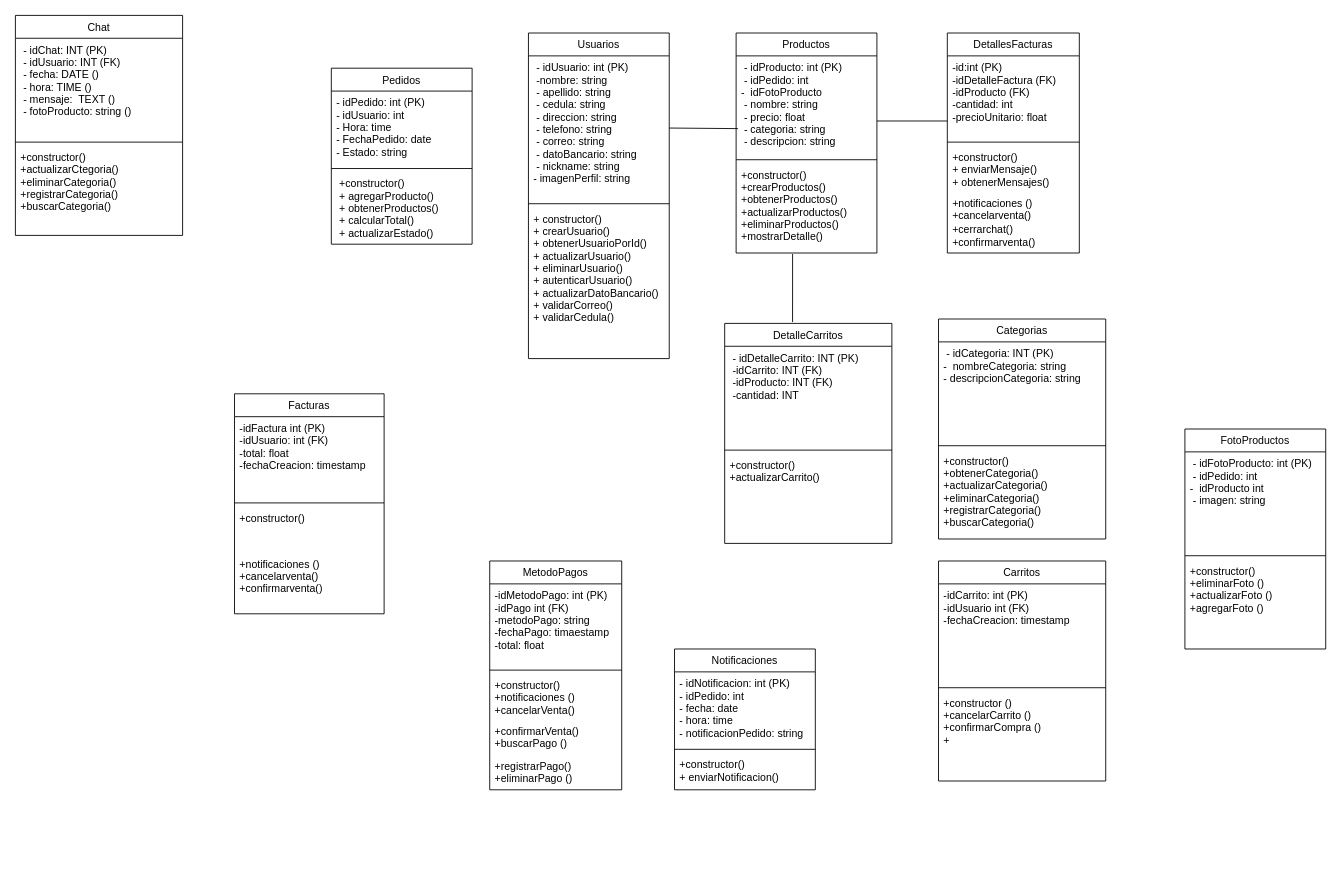
Before: DiagramaClasesKamiapp copy.drawio in DarkJ-18/DiagramaClasesKamiapp, a draw.io diagram. Source tidied: cells renumbered, new cells numbered last; positions are measured from the earlier drawing's top-left corner, leaving out a move shared by most shapes. Both pictures are drawn from the tidied source at 88%, with x=0, y=0 at pixel (15, 15).
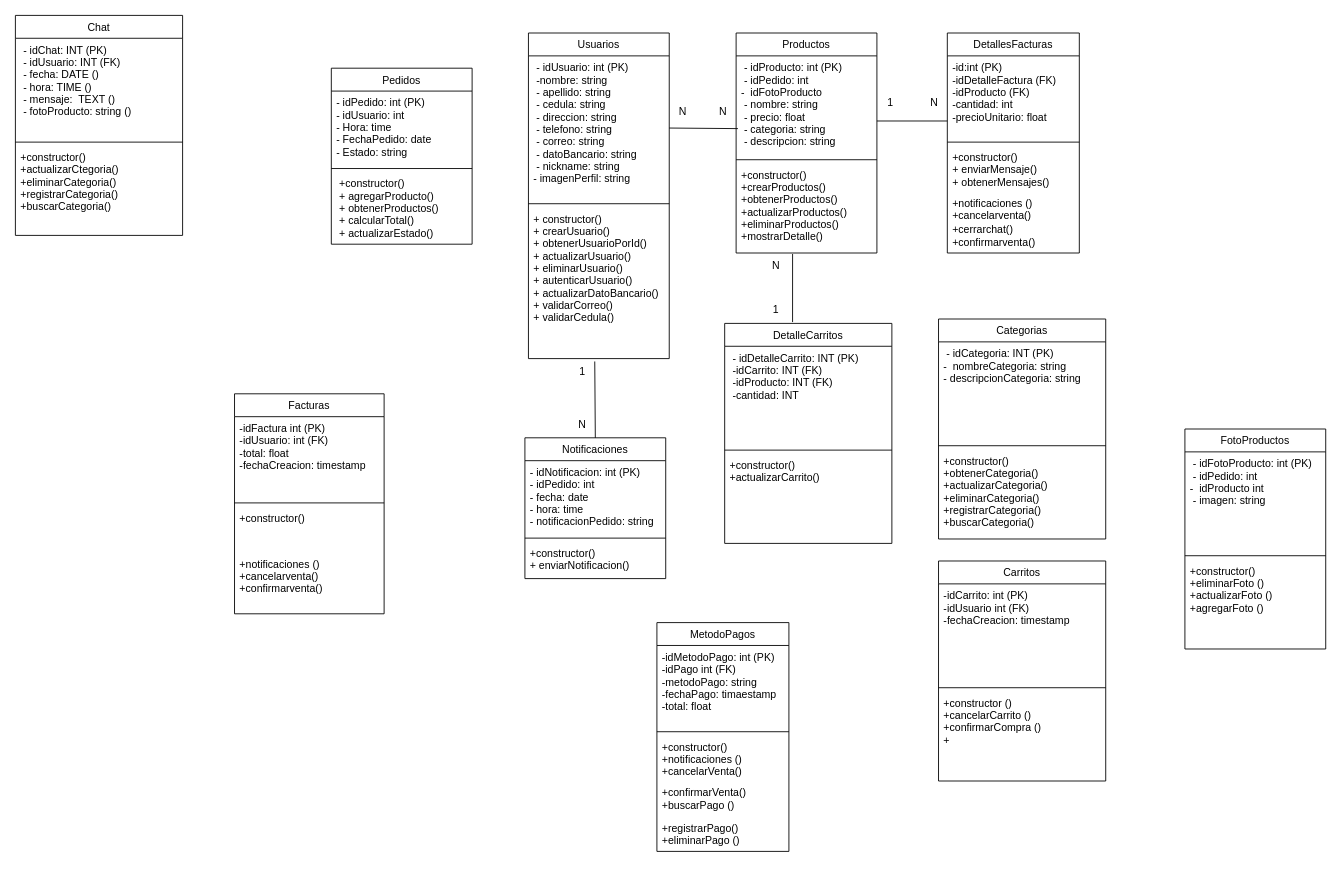
The same page after the edit.

Commit message:
se suben cambios

The change refers to these unchanged cells:
```xml
<mxCell id="5" value="+ constructor()&#10;+ crearUsuario()&#10;+ obtenerUsuarioPorId()&#10;+ actualizarUsuario()&#10;+ eliminarUsuario()&#10;+ autenticarUsuario()&#10;+ actualizarDatoBancario()&#10;+ validarCorreo()&#10;+ validarCedula()" style="text;align=left;verticalAlign=top;spacingLeft=4;spacingRight=4;overflow=hidden;points=[[0,0.5],[1,0.5]];portConstraint=eastwest;fontSize=12;" parent="2" vertex="1">
  <mxGeometry y="198" width="160" height="172" as="geometry" />
</mxCell>
```

Diff of the diagram source:
```diff
@@
     <mxCell id="19" value="Notificaciones" style="swimlane;fontStyle=0;align=center;verticalAlign=top;horizontal=1;startSize=26;rounded=0;shadow=0;strokeWidth=1;fontSize=12;" parent="1" vertex="1">
-      <mxGeometry x="749" y="720" width="160" height="160" as="geometry" />
+      <mxGeometry x="579" y="480" width="160" height="160" as="geometry" />
     </mxCell>
@@
     <mxCell id="29" value="MetodoPagos" style="swimlane;fontStyle=0;align=center;verticalAlign=top;horizontal=1;startSize=26;rounded=0;shadow=0;strokeWidth=1;fontSize=12;" parent="1" vertex="1">
-      <mxGeometry x="539" y="620" width="150" height="260" as="geometry" />
+      <mxGeometry x="729" y="690" width="150" height="260" as="geometry" />
     </mxCell>
@@
+    <mxCell id="58" value="1" style="text;html=1;align=center;verticalAlign=middle;strokeColor=none;fillColor=none;" parent="1" vertex="1">
+      <mxGeometry x="979" y="85" width="30" height="30" as="geometry" />
+    </mxCell>
+    <mxCell id="59" value="N" style="text;html=1;align=center;verticalAlign=middle;strokeColor=none;fillColor=none;" parent="1" vertex="1">
+      <mxGeometry x="1029" y="85" width="30" height="30" as="geometry" />
+    </mxCell>
+    <mxCell id="60" value="N" style="text;html=1;align=center;verticalAlign=middle;strokeColor=none;fillColor=none;" parent="1" vertex="1">
+      <mxGeometry x="849" y="270" width="30" height="30" as="geometry" />
+    </mxCell>
+    <mxCell id="61" value="1" style="text;html=1;align=center;verticalAlign=middle;strokeColor=none;fillColor=none;" parent="1" vertex="1">
+      <mxGeometry x="849" y="320" width="30" height="30" as="geometry" />
+    </mxCell>
+    <mxCell id="62" value="N" style="text;html=1;align=center;verticalAlign=middle;strokeColor=none;fillColor=none;" parent="1" vertex="1">
+      <mxGeometry x="743" y="95" width="30" height="30" as="geometry" />
+    </mxCell>
+    <mxCell id="63" value="N" style="text;html=1;align=center;verticalAlign=middle;strokeColor=none;fillColor=none;" parent="1" vertex="1">
+      <mxGeometry x="789" y="95" width="30" height="30" as="geometry" />
+    </mxCell>
+    <mxCell id="64" style="endArrow=none;html=1;rounded=0;exitX=0.471;exitY=1.019;exitDx=0;exitDy=0;exitPerimeter=0;entryX=0.5;entryY=0;entryDx=0;entryDy=0;" parent="1" edge="1" source="5" target="19">
+      <mxGeometry relative="1" as="geometry" />
+    </mxCell>
+    <mxCell id="65" value="1" style="text;html=1;align=center;verticalAlign=middle;strokeColor=none;fillColor=none;" parent="1" vertex="1">
+      <mxGeometry x="629" y="390" width="30" height="30" as="geometry" />
+    </mxCell>
+    <mxCell id="66" value="N" style="text;html=1;align=center;verticalAlign=middle;strokeColor=none;fillColor=none;" parent="1" vertex="1">
+      <mxGeometry x="629" y="450" width="30" height="30" as="geometry" />
+    </mxCell>
```
